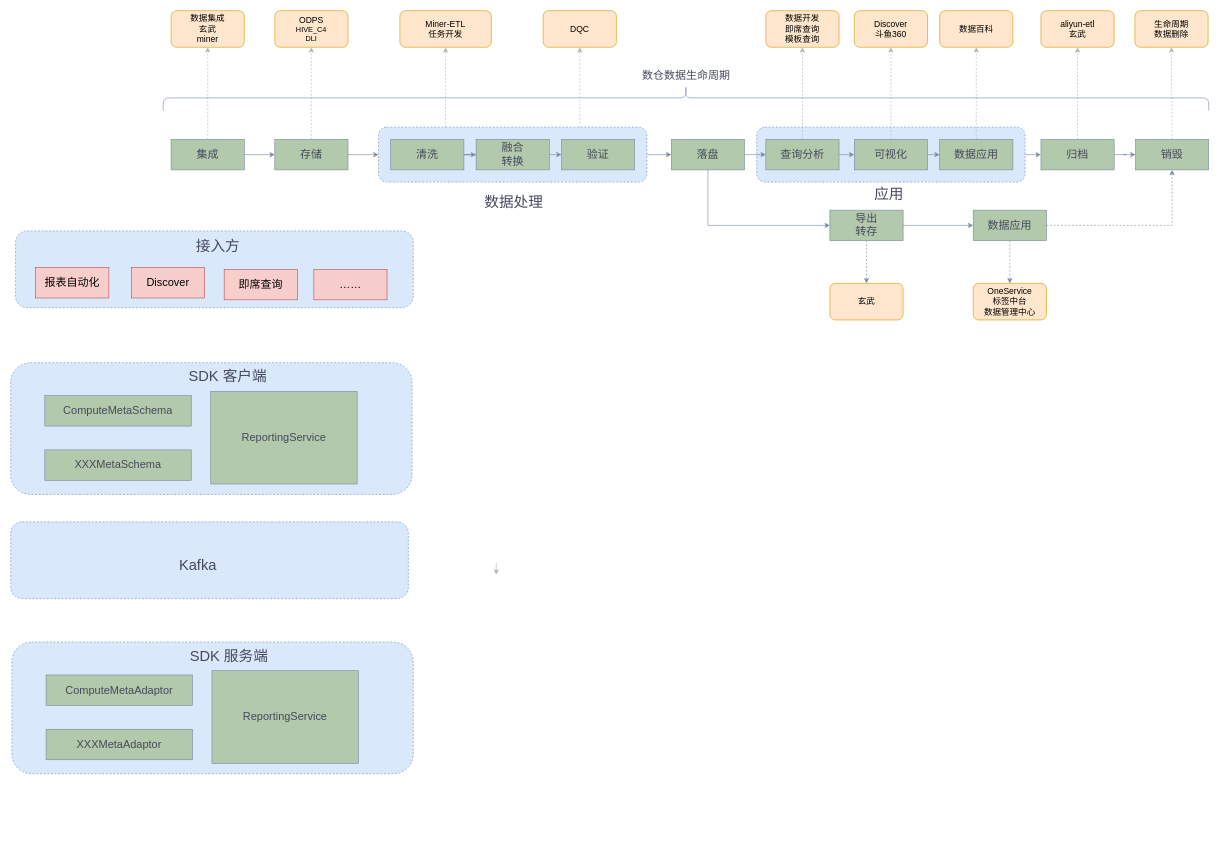
Before: Untitled Diagram.drawio in hongweilv-whu/flowCharts, a draw.io diagram. Source tidied: cells renumbered, new cells numbered last; positions are measured from the earlier drawing's top-left corner, leaving out a move shared by most shapes. Both pictures are drawn from the tidied source at 61%, with x=0, y=0 at pixel (10, 10).
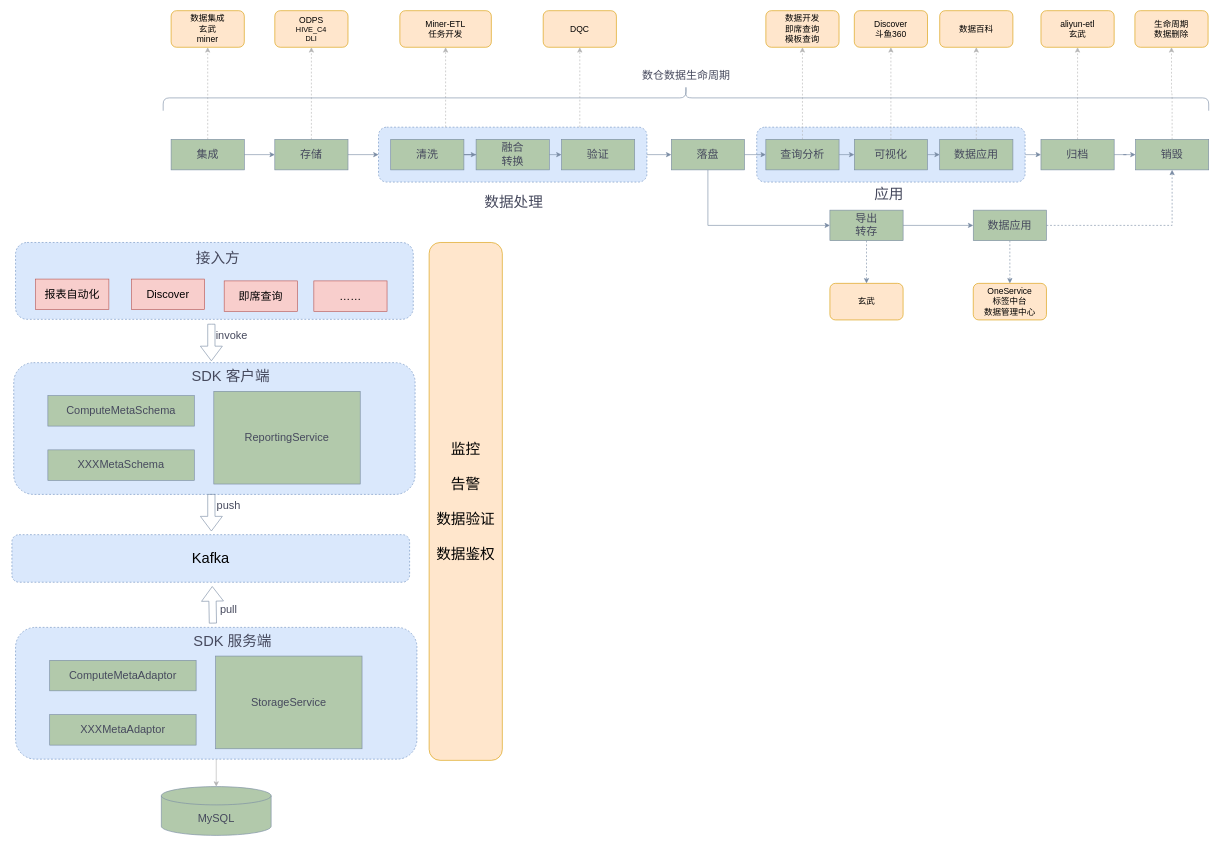
The same diagram, later.

Diff of the diagram source:
```diff
@@
-    <mxCell id="2" style="rounded=1;whiteSpace=wrap;html=1;dashed=1;fillColor=#dae8fc;strokeColor=#6c8ebf;" parent="1" vertex="1">
-      <mxGeometry y="577" width="658" height="216" as="geometry" />
-    </mxCell>
-    <mxCell id="3" style="rounded=1;whiteSpace=wrap;html=1;dashed=1;fillColor=#dae8fc;strokeColor=#6c8ebf;" parent="1" vertex="1">
-      <mxGeometry x="8" y="361" width="652" height="126" as="geometry" />
-    </mxCell>
@@
+    <mxCell id="68" style="edgeStyle=none;rounded=1;sketch=0;orthogonalLoop=1;jettySize=auto;html=1;fontColor=#46495D;strokeColor=#B3B3B3;fillColor=#B2C9AB;" parent="1" edge="1">
+      <mxGeometry relative="1" as="geometry">
+        <mxPoint x="796" y="905.5" as="sourcePoint" />
+        <mxPoint x="796" y="924.5" as="targetPoint" />
+      </mxGeometry>
+    </mxCell>
+    <mxCell id="69" value="&lt;font style=&quot;font-size: 24px&quot;&gt;Kafka&lt;/font&gt;" style="rounded=1;whiteSpace=wrap;html=1;dashed=1;fillColor=#dae8fc;strokeColor=#6c8ebf;" parent="1" vertex="1">
+      <mxGeometry x="2" y="859" width="652" height="78" as="geometry" />
+    </mxCell>
+    <mxCell id="76" value="&lt;font style=&quot;font-size: 18px&quot;&gt;MySQL&lt;/font&gt;" style="shape=cylinder3;whiteSpace=wrap;html=1;boundedLbl=1;backgroundOutline=1;size=15;rounded=0;sketch=0;fontColor=#46495D;strokeColor=#788AA3;fillColor=#B2C9AB;align=center;" parent="1" vertex="1">
+      <mxGeometry x="247" y="1272" width="180" height="80" as="geometry" />
+    </mxCell>
+    <mxCell id="77" value="&lt;font style=&quot;font-size: 24px&quot;&gt;监控&lt;br&gt;&lt;br&gt;告警&lt;br&gt;&lt;br&gt;数据验证&lt;br&gt;&lt;br&gt;数据鉴权&lt;/font&gt;" style="rounded=1;whiteSpace=wrap;html=1;sketch=0;strokeColor=#d79b00;fillColor=#ffe6cc;align=center;" parent="1" vertex="1">
+      <mxGeometry x="686" y="380" width="120" height="849" as="geometry" />
+    </mxCell>
+    <mxCell id="78" style="group;" parent="1" vertex="1">
+      <mxGeometry x="5" y="577" width="658" height="216" as="geometry" />
+    </mxCell>
+    <mxCell id="2" style="rounded=1;whiteSpace=wrap;html=1;dashed=1;fillColor=#dae8fc;strokeColor=#6c8ebf;" parent="78" vertex="1">
+      <mxGeometry width="658" height="216" as="geometry" />
+    </mxCell>
-    <mxCell id="59" value="&lt;span style=&quot;font-size: 18px&quot;&gt;ComputeMetaSchema&lt;/span&gt;" style="rounded=0;whiteSpace=wrap;html=1;fillColor=#B2C9AB;strokeColor=#788AA3;fontColor=#46495D;" parent="1" vertex="1">
-      <mxGeometry x="56" y="631" width="240" height="50" as="geometry" />
+    <mxCell id="59" value="&lt;span style=&quot;font-size: 18px&quot;&gt;ComputeMetaSchema&lt;/span&gt;" style="rounded=0;whiteSpace=wrap;html=1;fillColor=#B2C9AB;strokeColor=#788AA3;fontColor=#46495D;" parent="78" vertex="1">
+      <mxGeometry x="56" y="54" width="240" height="50" as="geometry" />
     </mxCell>
-    <mxCell id="60" value="&lt;span style=&quot;font-size: 18px&quot;&gt;XXXMetaSchema&lt;/span&gt;" style="rounded=0;whiteSpace=wrap;html=1;fillColor=#B2C9AB;strokeColor=#788AA3;fontColor=#46495D;" parent="1" vertex="1">
-      <mxGeometry x="56" y="720" width="240" height="50" as="geometry" />
+    <mxCell id="60" value="&lt;span style=&quot;font-size: 18px&quot;&gt;XXXMetaSchema&lt;/span&gt;" style="rounded=0;whiteSpace=wrap;html=1;fillColor=#B2C9AB;strokeColor=#788AA3;fontColor=#46495D;" parent="78" vertex="1">
+      <mxGeometry x="56" y="143" width="240" height="50" as="geometry" />
     </mxCell>
-    <mxCell id="61" value="&lt;span style=&quot;font-size: 18px&quot;&gt;ReportingService&lt;/span&gt;" style="rounded=0;whiteSpace=wrap;html=1;fillColor=#B2C9AB;strokeColor=#788AA3;fontColor=#46495D;" parent="1" vertex="1">
-      <mxGeometry x="328" y="624" width="240" height="152" as="geometry" />
+    <mxCell id="61" value="&lt;span style=&quot;font-size: 18px&quot;&gt;ReportingService&lt;/span&gt;" style="rounded=0;whiteSpace=wrap;html=1;fillColor=#B2C9AB;strokeColor=#788AA3;fontColor=#46495D;" parent="78" vertex="1">
+      <mxGeometry x="328" y="47" width="240" height="152" as="geometry" />
     </mxCell>
+    <mxCell id="67" value="&lt;font style=&quot;font-size: 24px&quot;&gt;SDK 客户端&lt;/font&gt;" style="text;html=1;strokeColor=none;fillColor=none;align=center;verticalAlign=middle;whiteSpace=wrap;rounded=0;sketch=0;fontColor=#46495D;" parent="78" vertex="1">
+      <mxGeometry x="268" y="13" width="176" height="20" as="geometry" />
+    </mxCell>
+    <mxCell id="79" style="group;" parent="1" vertex="1">
+      <mxGeometry x="8" y="1011" width="658" height="216" as="geometry" />
+    </mxCell>
+    <mxCell id="71" style="rounded=1;whiteSpace=wrap;html=1;dashed=1;fillColor=#dae8fc;strokeColor=#6c8ebf;" parent="79" vertex="1">
+      <mxGeometry width="658" height="216" as="geometry" />
+    </mxCell>
+    <mxCell id="72" value="&lt;span style=&quot;font-size: 18px&quot;&gt;ComputeMetaAdaptor&lt;/span&gt;" style="rounded=0;whiteSpace=wrap;html=1;fillColor=#B2C9AB;strokeColor=#788AA3;fontColor=#46495D;" parent="79" vertex="1">
+      <mxGeometry x="56" y="54" width="240" height="50" as="geometry" />
+    </mxCell>
+    <mxCell id="73" value="&lt;span style=&quot;font-size: 18px&quot;&gt;XXXMeta&lt;/span&gt;&lt;span style=&quot;font-size: 18px&quot;&gt;Adaptor&lt;/span&gt;" style="rounded=0;whiteSpace=wrap;html=1;fillColor=#B2C9AB;strokeColor=#788AA3;fontColor=#46495D;" parent="79" vertex="1">
+      <mxGeometry x="56" y="143" width="240" height="50" as="geometry" />
+    </mxCell>
+    <mxCell id="74" value="&lt;span style=&quot;font-size: 18px&quot;&gt;StorageService&lt;/span&gt;" style="rounded=0;whiteSpace=wrap;html=1;fillColor=#B2C9AB;strokeColor=#788AA3;fontColor=#46495D;" parent="79" vertex="1">
+      <mxGeometry x="328" y="47" width="240" height="152" as="geometry" />
+    </mxCell>
+    <mxCell id="75" value="&lt;font style=&quot;font-size: 24px&quot;&gt;SDK 服务端&lt;/font&gt;" style="text;html=1;strokeColor=none;fillColor=none;align=center;verticalAlign=middle;whiteSpace=wrap;rounded=0;sketch=0;fontColor=#46495D;" parent="79" vertex="1">
+      <mxGeometry x="268" y="13" width="176" height="20" as="geometry" />
+    </mxCell>
+    <mxCell id="3" style="rounded=1;whiteSpace=wrap;html=1;dashed=1;fillColor=#dae8fc;strokeColor=#6c8ebf;" parent="1" vertex="1">
+      <mxGeometry x="8" y="380" width="652" height="126" as="geometry" />
+    </mxCell>
     <mxCell id="62" value="&lt;font style=&quot;font-size: 18px&quot;&gt;报表自动化&lt;/font&gt;" style="rounded=0;whiteSpace=wrap;html=1;fillColor=#f8cecc;strokeColor=#b85450;" parent="1" vertex="1">
-      <mxGeometry x="41" y="421" width="120" height="50" as="geometry" />
+      <mxGeometry x="41" y="440" width="120" height="50" as="geometry" />
     </mxCell>
     <mxCell id="63" value="&lt;font style=&quot;font-size: 18px&quot;&gt;Discover&lt;br&gt;&lt;/font&gt;" style="rounded=0;whiteSpace=wrap;html=1;fillColor=#f8cecc;strokeColor=#b85450;" parent="1" vertex="1">
-      <mxGeometry x="198" y="421" width="120" height="50" as="geometry" />
+      <mxGeometry x="198" y="440" width="120" height="50" as="geometry" />
     </mxCell>
     <mxCell id="64" value="&lt;font style=&quot;font-size: 18px&quot;&gt;即席查询&lt;br&gt;&lt;/font&gt;" style="rounded=0;whiteSpace=wrap;html=1;fillColor=#f8cecc;strokeColor=#b85450;" parent="1" vertex="1">
-      <mxGeometry x="350" y="424" width="120" height="50" as="geometry" />
+      <mxGeometry x="350" y="443" width="120" height="50" as="geometry" />
     </mxCell>
     <mxCell id="65" value="&lt;font style=&quot;font-size: 18px&quot;&gt;……&lt;br&gt;&lt;/font&gt;" style="rounded=0;whiteSpace=wrap;html=1;fillColor=#f8cecc;strokeColor=#b85450;" parent="1" vertex="1">
-      <mxGeometry x="497" y="424" width="120" height="50" as="geometry" />
+      <mxGeometry x="497" y="443" width="120" height="50" as="geometry" />
     </mxCell>
     <mxCell id="66" value="&lt;font style=&quot;font-size: 24px&quot;&gt;接入方&lt;/font&gt;" style="text;html=1;strokeColor=none;fillColor=none;align=center;verticalAlign=middle;whiteSpace=wrap;rounded=0;sketch=0;fontColor=#46495D;" parent="1" vertex="1">
-      <mxGeometry x="281" y="377" width="118" height="20" as="geometry" />
+      <mxGeometry x="281" y="396" width="118" height="20" as="geometry" />
     </mxCell>
-    <mxCell id="67" value="&lt;font style=&quot;font-size: 24px&quot;&gt;SDK 客户端&lt;/font&gt;" style="text;html=1;strokeColor=none;fillColor=none;align=center;verticalAlign=middle;whiteSpace=wrap;rounded=0;sketch=0;fontColor=#46495D;" parent="1" vertex="1">
-      <mxGeometry x="268" y="590" width="176" height="20" as="geometry" />
-    </mxCell>
-    <mxCell id="68" style="edgeStyle=none;rounded=1;sketch=0;orthogonalLoop=1;jettySize=auto;html=1;fontColor=#46495D;strokeColor=#B3B3B3;fillColor=#B2C9AB;" parent="1" edge="1">
-      <mxGeometry relative="1" as="geometry">
-        <mxPoint x="796" y="905.5" as="sourcePoint" />
-        <mxPoint x="796" y="924.5" as="targetPoint" />
-      </mxGeometry>
-    </mxCell>
-    <mxCell id="69" style="rounded=1;whiteSpace=wrap;html=1;dashed=1;fillColor=#dae8fc;strokeColor=#6c8ebf;" parent="1" vertex="1">
-      <mxGeometry y="838" width="652" height="126" as="geometry" />
-    </mxCell>
-    <mxCell id="70" value="&lt;font style=&quot;font-size: 24px&quot;&gt;Kafka&lt;/font&gt;" style="text;html=1;strokeColor=none;fillColor=none;align=center;verticalAlign=middle;whiteSpace=wrap;rounded=0;sketch=0;fontColor=#46495D;" parent="1" vertex="1">
-      <mxGeometry x="248" y="899" width="118" height="20" as="geometry" />
-    </mxCell>
-    <mxCell id="71" style="rounded=1;whiteSpace=wrap;html=1;dashed=1;fillColor=#dae8fc;strokeColor=#6c8ebf;" parent="1" vertex="1">
-      <mxGeometry x="2" y="1035" width="658" height="216" as="geometry" />
-    </mxCell>
-    <mxCell id="72" value="&lt;span style=&quot;font-size: 18px&quot;&gt;ComputeMetaAdaptor&lt;/span&gt;" style="rounded=0;whiteSpace=wrap;html=1;fillColor=#B2C9AB;strokeColor=#788AA3;fontColor=#46495D;" parent="1" vertex="1">
-      <mxGeometry x="58" y="1089" width="240" height="50" as="geometry" />
-    </mxCell>
-    <mxCell id="73" value="&lt;span style=&quot;font-size: 18px&quot;&gt;XXXMeta&lt;/span&gt;&lt;span style=&quot;font-size: 18px&quot;&gt;Adaptor&lt;/span&gt;" style="rounded=0;whiteSpace=wrap;html=1;fillColor=#B2C9AB;strokeColor=#788AA3;fontColor=#46495D;" parent="1" vertex="1">
-      <mxGeometry x="58" y="1178" width="240" height="50" as="geometry" />
-    </mxCell>
-    <mxCell id="74" value="&lt;span style=&quot;font-size: 18px&quot;&gt;ReportingService&lt;/span&gt;" style="rounded=0;whiteSpace=wrap;html=1;fillColor=#B2C9AB;strokeColor=#788AA3;fontColor=#46495D;" parent="1" vertex="1">
-      <mxGeometry x="330" y="1082" width="240" height="152" as="geometry" />
-    </mxCell>
-    <mxCell id="75" value="&lt;font style=&quot;font-size: 24px&quot;&gt;SDK 服务端&lt;/font&gt;" style="text;html=1;strokeColor=none;fillColor=none;align=center;verticalAlign=middle;whiteSpace=wrap;rounded=0;sketch=0;fontColor=#46495D;" parent="1" vertex="1">
-      <mxGeometry x="270" y="1048" width="176" height="20" as="geometry" />
-    </mxCell>
+    <mxCell id="80" style="html=1;shadow=0;dashed=0;align=center;verticalAlign=middle;shape=mxgraph.arrows2.arrow;dy=0.67;dx=24;direction=south;notch=0;rounded=0;sketch=0;fontColor=#46495D;strokeColor=#788AA3;fillColor=none;" parent="1" vertex="1">
+      <mxGeometry x="311" y="514" width="36" height="60" as="geometry" />
+    </mxCell>
+    <mxCell id="81" style="html=1;shadow=0;dashed=0;align=center;verticalAlign=middle;shape=mxgraph.arrows2.arrow;dy=0.67;dx=24;direction=south;notch=0;rounded=0;sketch=0;fontColor=#46495D;strokeColor=#788AA3;fillColor=none;" parent="1" vertex="1">
+      <mxGeometry x="311" y="793" width="36" height="60" as="geometry" />
+    </mxCell>
+    <mxCell id="82" style="html=1;shadow=0;dashed=0;align=center;verticalAlign=middle;shape=mxgraph.arrows2.arrow;dy=0.67;dx=24;direction=south;notch=0;rounded=0;sketch=0;fontColor=#46495D;strokeColor=#788AA3;fillColor=none;rotation=-181;" parent="1" vertex="1">
+      <mxGeometry x="313" y="944" width="36" height="60" as="geometry" />
+    </mxCell>
+    <mxCell id="83" style="edgeStyle=none;rounded=1;sketch=0;jettySize=auto;html=1;exitX=0.5;exitY=1;exitDx=0;exitDy=0;fontColor=#46495D;strokeColor=#B3B3B3;fillColor=#B2C9AB;" parent="1" edge="1" source="71" target="76">
+      <mxGeometry relative="1" as="geometry" />
+    </mxCell>
+    <mxCell id="84" value="&lt;font style=&quot;font-size: 18px&quot;&gt;push&lt;/font&gt;" style="text;html=1;strokeColor=none;fillColor=none;align=center;verticalAlign=middle;whiteSpace=wrap;rounded=0;sketch=0;fontColor=#46495D;" parent="1" vertex="1">
+      <mxGeometry x="313" y="802" width="89" height="20" as="geometry" />
+    </mxCell>
+    <mxCell id="85" value="&lt;font style=&quot;font-size: 18px&quot;&gt;pull&lt;/font&gt;" style="text;html=1;strokeColor=none;fillColor=none;align=center;verticalAlign=middle;whiteSpace=wrap;rounded=0;sketch=0;fontColor=#46495D;" parent="1" vertex="1">
+      <mxGeometry x="313" y="972" width="89" height="20" as="geometry" />
+    </mxCell>
+    <mxCell id="86" value="&lt;span style=&quot;font-size: 18px&quot;&gt;invoke&lt;/span&gt;" style="text;html=1;strokeColor=none;fillColor=none;align=center;verticalAlign=middle;whiteSpace=wrap;rounded=0;sketch=0;fontColor=#46495D;" parent="1" vertex="1">
+      <mxGeometry x="318" y="522" width="89" height="20" as="geometry" />
+    </mxCell>
```
